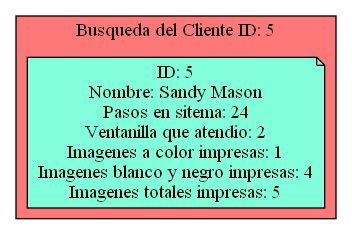
Before: Simple_Clients_Served_Report_Searc.png, a diagram exported from Graphviz (Serch-ING/EDD_UDRAWING_202000119). Its source is kept beside it as Simple_Clients_Served_Report_Searc.dot.
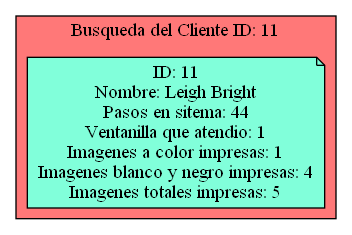
After the change.

What changed in the source:
```diff
@@ -1,12 +1,12 @@
 digraph L {
 node[shape=note fillcolor="#A181FF" style =filled]
 subgraph cluster_p{
-    label= "Busqueda del Cliente ID: 5"
+    label= "Busqueda del Cliente ID: 11"
     bgcolor = "#FF7878"
-Nodo1008925772[label="ID: 5
-Nombre: Sandy Mason
-Pasos en sitema: 24
-Ventanilla que atendio: 2
+Nodo1008925772[label="ID: 11
+Nombre: Leigh Bright
+Pasos en sitema: 44
+Ventanilla que atendio: 1
 Imagenes a color impresas: 1
 Imagenes blanco y negro impresas: 4
 Imagenes totales impresas: 5",fillcolor="#81FFDA"]
```
